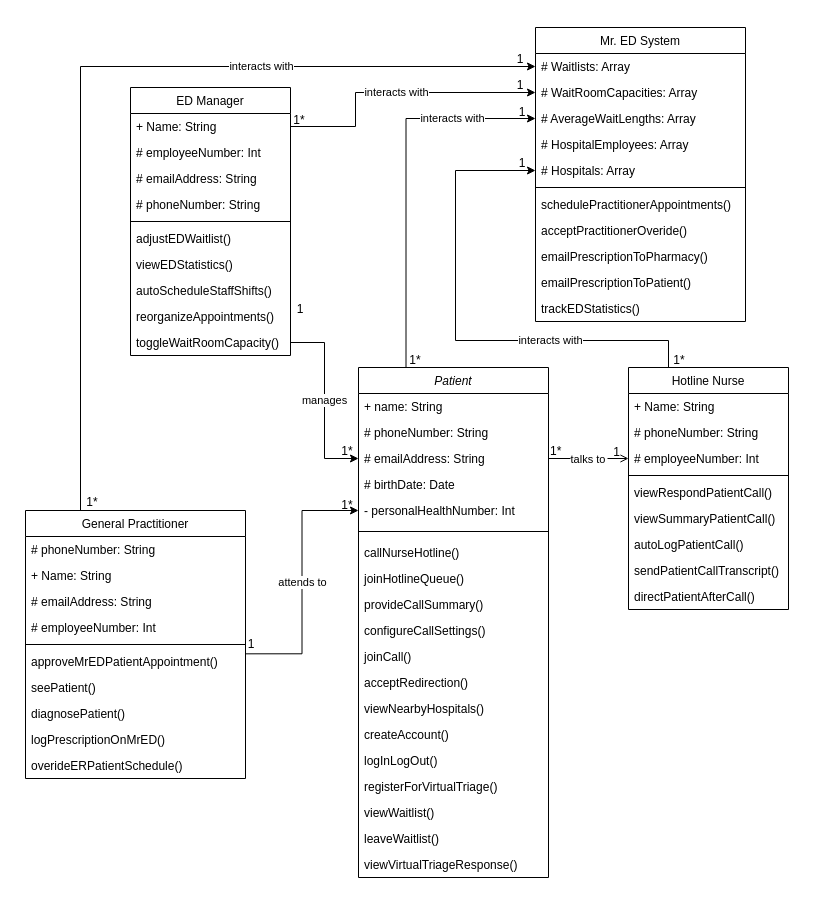
SENG-350-2024-fall/Team9 keeps this draw.io diagram as AmirWork/M2/Mister_ED_ClassDiagram.drawio. Above is the earlier version. Source tidied: cells renumbered, new cells numbered last; positions are measured from the earlier drawing's top-left corner, leaving out a move shared by most shapes. Both pictures are drawn from the tidied source at 100%, with x=0, y=0 at pixel (17, 17).
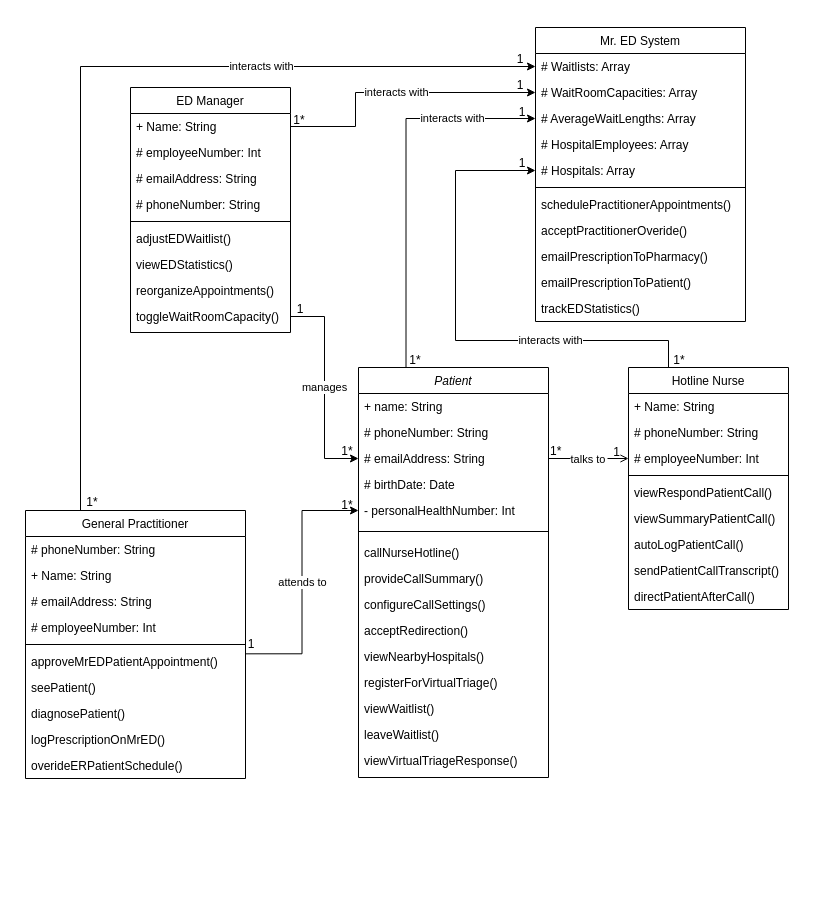
After the change.

Diff of the diagram source:
```diff
@@
     <mxCell id="6" value="Patient" style="swimlane;fontStyle=2;align=center;verticalAlign=top;horizontal=1;startSize=26;rounded=0;shadow=0;strokeWidth=1;" parent="1" vertex="1">
-      <mxGeometry x="341" y="350" width="190" height="510" as="geometry" />
+      <mxGeometry x="341" y="350" width="190" height="410" as="geometry" />
     </mxCell>
@@
-    <mxCell id="14" value="joinHotlineQueue()&#10;" style="text;align=left;verticalAlign=top;spacingLeft=4;spacingRight=4;overflow=hidden;" parent="6" vertex="1">
-      <mxGeometry y="198" width="190" height="26" as="geometry" />
-    </mxCell>
     <mxCell id="15" value="provideCallSummary()&#10;" style="text;align=left;verticalAlign=top;spacingLeft=4;spacingRight=4;overflow=hidden;" parent="6" vertex="1">
-      <mxGeometry y="224" width="190" height="26" as="geometry" />
+      <mxGeometry y="198" width="190" height="26" as="geometry" />
     </mxCell>
     <mxCell id="16" value="configureCallSettings()&#10;" style="text;align=left;verticalAlign=top;spacingLeft=4;spacingRight=4;overflow=hidden;" parent="6" vertex="1">
-      <mxGeometry y="250" width="190" height="26" as="geometry" />
+      <mxGeometry y="224" width="190" height="26" as="geometry" />
     </mxCell>
-    <mxCell id="17" value="joinCall()&#10;" style="text;align=left;verticalAlign=top;spacingLeft=4;spacingRight=4;overflow=hidden;" parent="6" vertex="1">
-      <mxGeometry y="276" width="190" height="26" as="geometry" />
-    </mxCell>
     <mxCell id="18" value="acceptRedirection()&#10;" style="text;align=left;verticalAlign=top;spacingLeft=4;spacingRight=4;overflow=hidden;" parent="6" vertex="1">
-      <mxGeometry y="302" width="190" height="26" as="geometry" />
+      <mxGeometry y="250" width="190" height="26" as="geometry" />
     </mxCell>
     <mxCell id="19" value="viewNearbyHospitals()&#10;" style="text;align=left;verticalAlign=top;spacingLeft=4;spacingRight=4;overflow=hidden;" parent="6" vertex="1">
-      <mxGeometry y="328" width="190" height="26" as="geometry" />
+      <mxGeometry y="276" width="190" height="26" as="geometry" />
     </mxCell>
-    <mxCell id="20" value="createAccount()&#10;" style="text;align=left;verticalAlign=top;spacingLeft=4;spacingRight=4;overflow=hidden;" parent="6" vertex="1">
-      <mxGeometry y="354" width="190" height="26" as="geometry" />
-    </mxCell>
-    <mxCell id="21" value="logInLogOut()&#10;" style="text;align=left;verticalAlign=top;spacingLeft=4;spacingRight=4;overflow=hidden;" parent="6" vertex="1">
-      <mxGeometry y="380" width="190" height="26" as="geometry" />
-    </mxCell>
     <mxCell id="22" value="registerForVirtualTriage()&#10;" style="text;align=left;verticalAlign=top;spacingLeft=4;spacingRight=4;overflow=hidden;" parent="6" vertex="1">
-      <mxGeometry y="406" width="190" height="26" as="geometry" />
+      <mxGeometry y="302" width="190" height="26" as="geometry" />
     </mxCell>
     <mxCell id="23" value="viewWaitlist()&#10;" style="text;align=left;verticalAlign=top;spacingLeft=4;spacingRight=4;overflow=hidden;" parent="6" vertex="1">
-      <mxGeometry y="432" width="190" height="26" as="geometry" />
+      <mxGeometry y="328" width="190" height="26" as="geometry" />
     </mxCell>
     <mxCell id="24" value="leaveWaitlist()&#10;" style="text;align=left;verticalAlign=top;spacingLeft=4;spacingRight=4;overflow=hidden;" parent="6" vertex="1">
-      <mxGeometry y="458" width="190" height="26" as="geometry" />
+      <mxGeometry y="354" width="190" height="26" as="geometry" />
     </mxCell>
     <mxCell id="25" value="viewVirtualTriageResponse()&#10;" style="text;align=left;verticalAlign=top;spacingLeft=4;spacingRight=4;overflow=hidden;" parent="6" vertex="1">
-      <mxGeometry y="484" width="190" height="26" as="geometry" />
+      <mxGeometry y="380" width="190" height="26" as="geometry" />
     </mxCell>
     <mxCell id="26" value="ED Manager" style="swimlane;fontStyle=0;align=center;verticalAlign=top;horizontal=1;startSize=26;rounded=0;shadow=0;strokeWidth=1;" parent="1" vertex="1">
-      <mxGeometry x="113" y="70" width="160" height="268" as="geometry" />
+      <mxGeometry x="113" y="70" width="160" height="245" as="geometry" />
     </mxCell>
@@
-    <mxCell id="34" value="autoScheduleStaffShifts()&#10;" style="text;align=left;verticalAlign=top;spacingLeft=4;spacingRight=4;overflow=hidden;" parent="26" vertex="1">
-      <mxGeometry y="190" width="160" height="26" as="geometry" />
-    </mxCell>
     <mxCell id="35" value="reorganizeAppointments()" style="text;align=left;verticalAlign=top;spacingLeft=4;spacingRight=4;overflow=hidden;" parent="26" vertex="1">
-      <mxGeometry y="216" width="160" height="26" as="geometry" />
+      <mxGeometry y="190" width="160" height="26" as="geometry" />
     </mxCell>
     <mxCell id="36" value="toggleWaitRoomCapacity()" style="text;align=left;verticalAlign=top;spacingLeft=4;spacingRight=4;overflow=hidden;points=[[0,0.5],[1,0.5]];portConstraint=eastwest;" parent="26" vertex="1">
-      <mxGeometry y="242" width="160" height="26" as="geometry" />
+      <mxGeometry y="216" width="160" height="26" as="geometry" />
     </mxCell>
```
